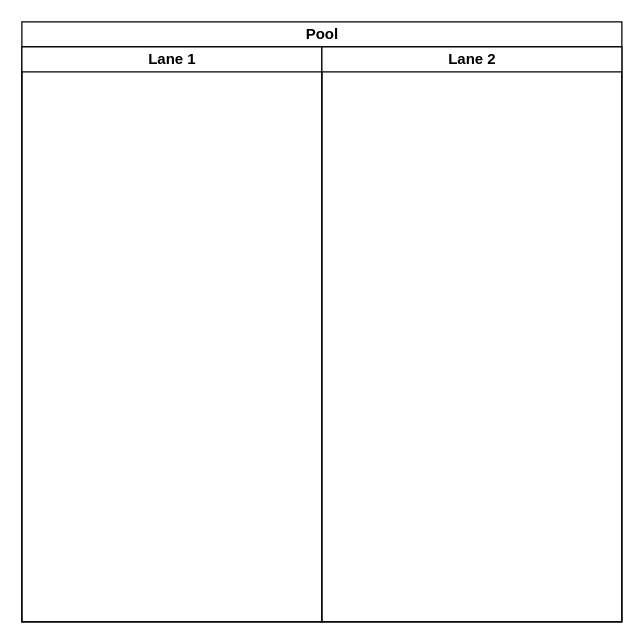
PomeloLemon/SoftwareDiagrams keeps this draw.io diagram as 历史导出活动图.drawio. Above is the earlier version. Source tidied: cells renumbered, new cells numbered last; positions are measured from the earlier drawing's top-left corner, leaving out a move shared by most shapes. Both pictures are drawn from the tidied source at 125%, with x=0, y=0 at pixel (21, 21).
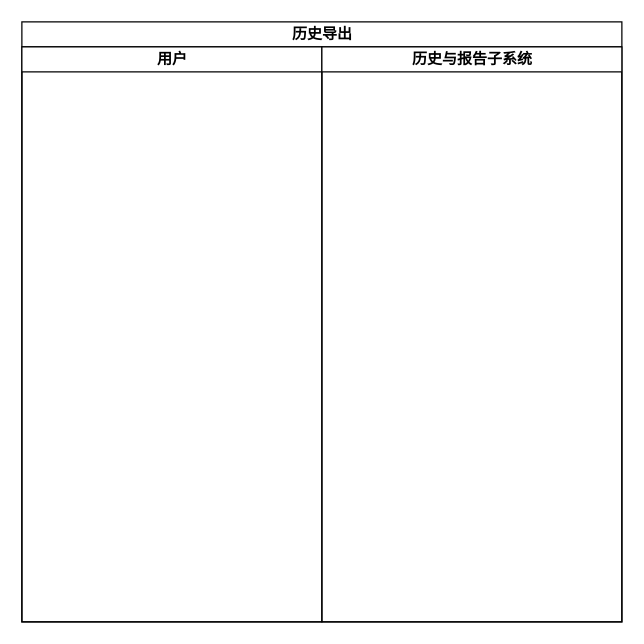
Above is the later version.

Commit message (it also covers changes not shown here):
更新历史导出活动图.drawio

Diff of the diagram source:
```diff
@@
 <mxGraphModel>
   <root>
     <mxCell id="0" />
     <mxCell id="1" parent="0" />
-    <mxCell id="2" value="Pool" style="swimlane;startSize=20;html=1;" parent="1" vertex="1">
+    <mxCell id="2" value="历史导出" style="swimlane;startSize=20;html=1;" parent="1" vertex="1">
       <mxGeometry width="480" height="480" as="geometry" />
     </mxCell>
-    <mxCell id="3" value="Lane 1" style="swimlane;startSize=20;html=1;" parent="2" vertex="1">
+    <mxCell id="3" value="用户" style="swimlane;startSize=20;html=1;" parent="2" vertex="1">
       <mxGeometry y="20" width="240" height="460" as="geometry" />
     </mxCell>
-    <mxCell id="4" value="Lane 2" style="swimlane;startSize=20;html=1;" parent="2" vertex="1">
+    <mxCell id="4" value="历史与报告子系统" style="swimlane;startSize=20;html=1;" parent="2" vertex="1">
       <mxGeometry x="240" y="20" width="240" height="460" as="geometry" />
     </mxCell>
   </root>
 </mxGraphModel>
```
